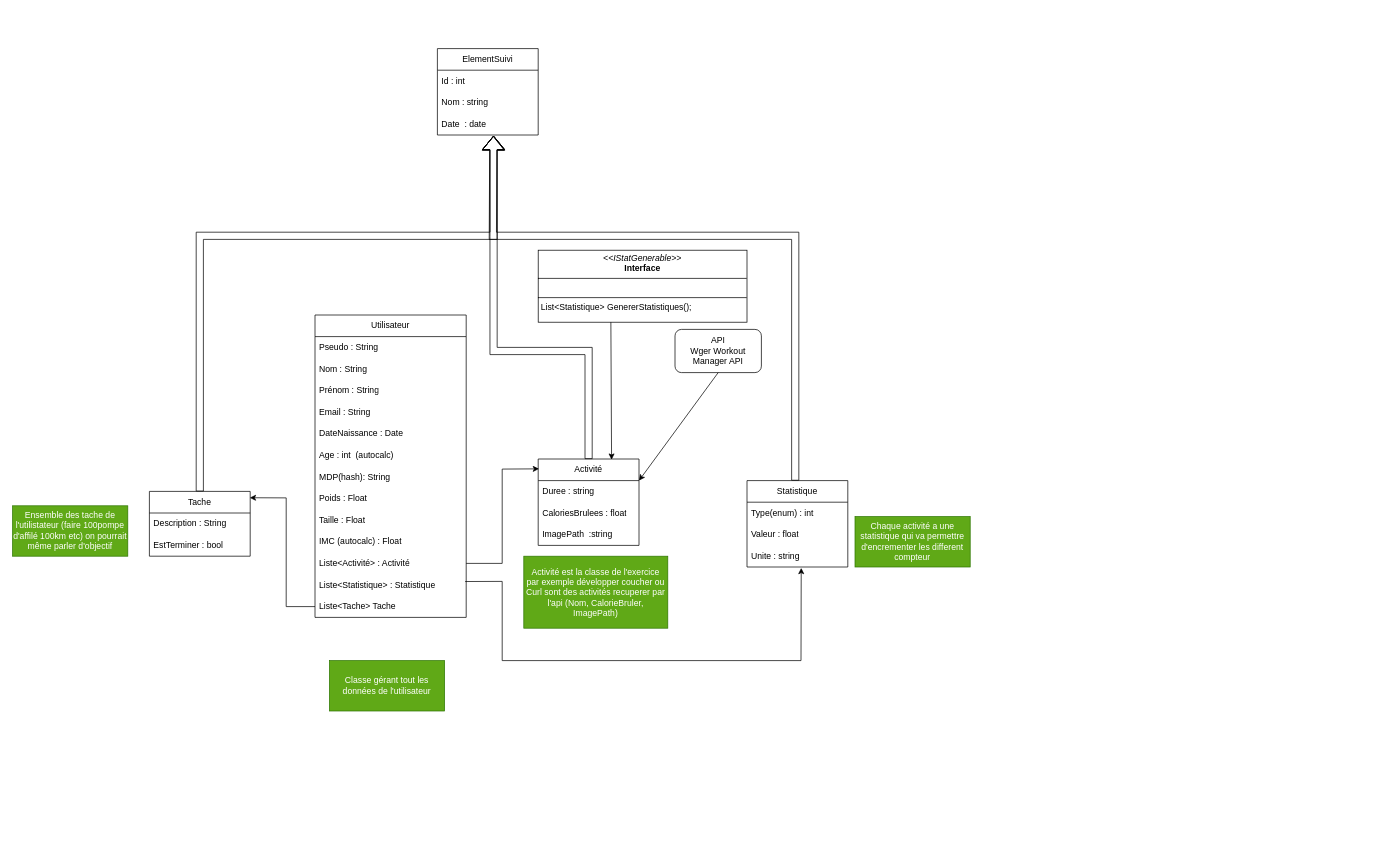
The draw.io diagram Doc/Diagramme de classe C#.drawio in Veltays/ProjetFinale, before the edit. Source tidied: cells renumbered, new cells numbered last; positions are measured from the earlier drawing's top-left corner, leaving out a move shared by most shapes. Both pictures are drawn from the tidied source at 72%, with x=0, y=0 at pixel (12, 48).
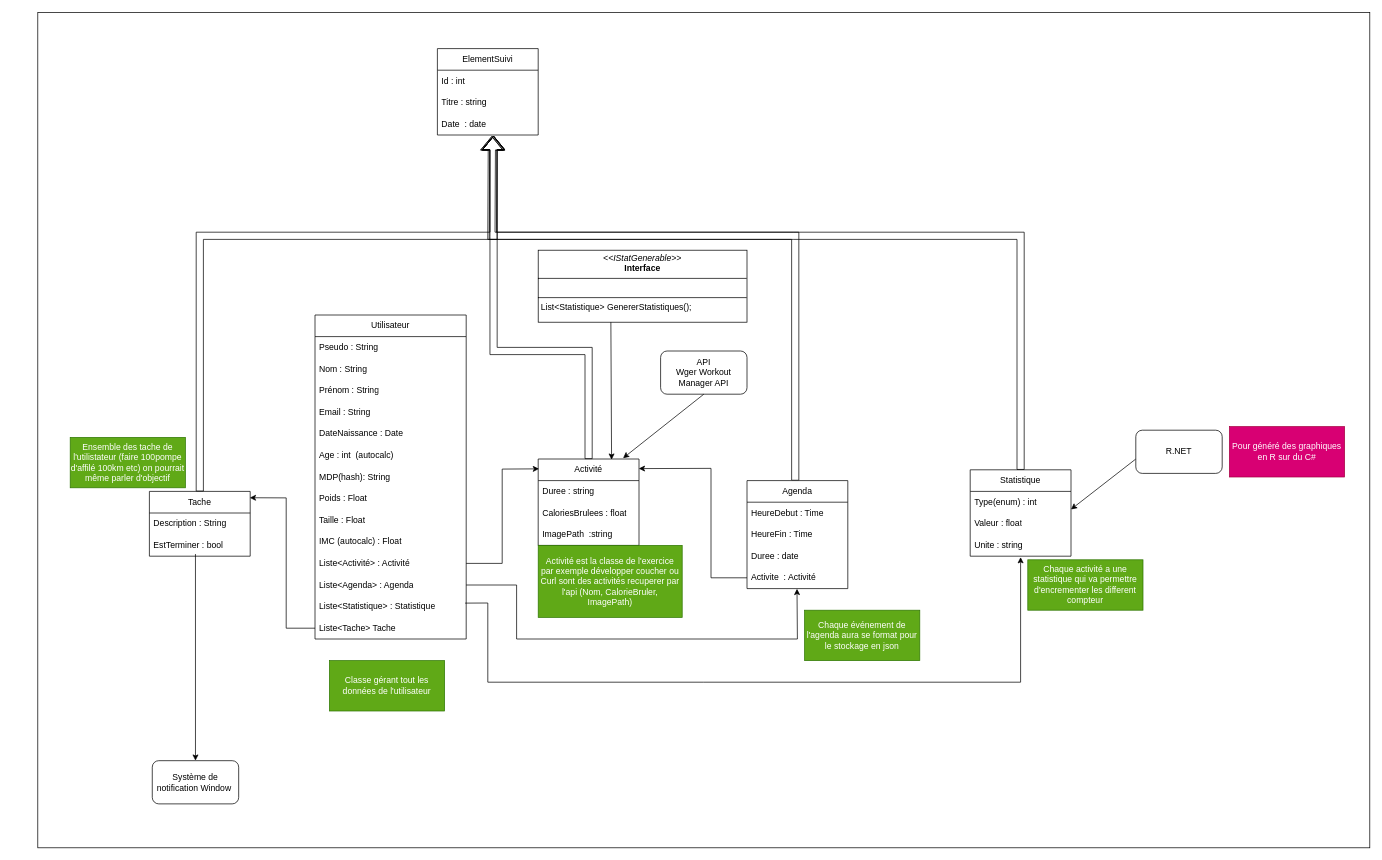
The same diagram, later.

The change refers to these unchanged cells:
```xml
<mxCell id="16" value="Activité" style="swimlane;fontStyle=0;horizontal=1;startSize=30;whiteSpace=wrap;html=1;" parent="1" vertex="1">
  <mxGeometry x="730" y="570" width="140" height="120" as="geometry" />
</mxCell>
<mxCell id="26" value="Unite : string" style="text;strokeColor=none;fillColor=none;align=left;verticalAlign=middle;spacingLeft=4;spacingRight=4;overflow=hidden;points=[[0,0.5],[1,0.5]];portConstraint=eastwest;whiteSpace=wrap;html=1;" parent="23" vertex="1">
  <mxGeometry y="90" width="140" height="30" as="geometry" />
</mxCell>
<mxCell id="28" value="Tache" style="swimlane;fontStyle=0;horizontal=1;startSize=30;whiteSpace=wrap;html=1;" parent="1" vertex="1">
  <mxGeometry x="190" y="615" width="140" height="90" as="geometry" />
</mxCell>
<mxCell id="30" value="EstTerminer : bool" style="text;strokeColor=none;fillColor=none;align=left;verticalAlign=middle;spacingLeft=4;spacingRight=4;overflow=hidden;points=[[0,0.5],[1,0.5]];portConstraint=eastwest;whiteSpace=wrap;html=1;" parent="28" vertex="1">
  <mxGeometry y="60" width="140" height="30" as="geometry" />
</mxCell>
<mxCell id="36" value="ElementSuivi" style="swimlane;fontStyle=0;horizontal=1;startSize=30;whiteSpace=wrap;html=1;" parent="1" vertex="1">
  <mxGeometry x="590" width="140" height="120" as="geometry" />
</mxCell>
```

Change to the diagram source:
```diff
@@
+    <mxCell id="45" style="rounded=0;whiteSpace=wrap;html=1;" parent="1" vertex="1">
+      <mxGeometry x="35" y="-50" width="1850" height="1160" as="geometry" />
+    </mxCell>
     <mxCell id="2" value="Utilisateur" style="swimlane;fontStyle=0;horizontal=1;startSize=30;whiteSpace=wrap;html=1;" parent="1" vertex="1">
-      <mxGeometry x="420" y="370" width="210" height="420" as="geometry" />
+      <mxGeometry x="420" y="370" width="210" height="450" as="geometry" />
     </mxCell>
@@
+    <mxCell id="46" value="Liste&amp;lt;Agenda&amp;gt; : Agenda" style="text;strokeColor=none;fillColor=none;align=left;verticalAlign=middle;spacingLeft=4;spacingRight=4;overflow=hidden;points=[[0,0.5],[1,0.5]];portConstraint=eastwest;whiteSpace=wrap;html=1;" parent="2" vertex="1">
+      <mxGeometry y="360" width="210" height="30" as="geometry" />
+    </mxCell>
     <mxCell id="14" value="Liste&amp;lt;Statistique&amp;gt; : Statistique" style="text;strokeColor=none;fillColor=none;align=left;verticalAlign=middle;spacingLeft=4;spacingRight=4;overflow=hidden;points=[[0,0.5],[1,0.5]];portConstraint=eastwest;whiteSpace=wrap;html=1;" parent="2" vertex="1">
-      <mxGeometry y="360" width="210" height="30" as="geometry" />
+      <mxGeometry y="390" width="210" height="30" as="geometry" />
     </mxCell>
     <mxCell id="15" value="Liste&amp;lt;Tache&amp;gt; Tache" style="text;strokeColor=none;fillColor=none;align=left;verticalAlign=middle;spacingLeft=4;spacingRight=4;overflow=hidden;points=[[0,0.5],[1,0.5]];portConstraint=eastwest;whiteSpace=wrap;html=1;" parent="2" vertex="1">
-      <mxGeometry y="390" width="210" height="30" as="geometry" />
+      <mxGeometry y="420" width="210" height="30" as="geometry" />
     </mxCell>
@@
     <mxCell id="20" value="API&lt;br&gt;Wger Workout Manager API" style="rounded=1;whiteSpace=wrap;html=1;" parent="1" vertex="1">
-      <mxGeometry x="920" y="390" width="120" height="60" as="geometry" />
+      <mxGeometry x="900" y="420" width="120" height="60" as="geometry" />
     </mxCell>
@@
     <mxCell id="23" value="Statistique" style="swimlane;fontStyle=0;horizontal=1;startSize=30;whiteSpace=wrap;html=1;" parent="1" vertex="1">
-      <mxGeometry x="1020" y="600" width="140" height="120" as="geometry" />
+      <mxGeometry x="1330" y="585" width="140" height="120" as="geometry" />
     </mxCell>
@@
-    <mxCell id="27" style="endArrow=classic;html=1;rounded=0;entryX=0.538;entryY=1.044;entryDx=0;entryDy=0;entryPerimeter=0;exitX=0.993;exitY=0.339;exitDx=0;exitDy=0;exitPerimeter=0;" parent="1" edge="1" source="14" target="26">
+    <mxCell id="27" style="endArrow=classic;html=1;rounded=0;entryX=0.5;entryY=1.044;entryDx=0;entryDy=0;entryPerimeter=0;exitX=0.993;exitY=0.339;exitDx=0;exitDy=0;exitPerimeter=0;" parent="1" edge="1" source="14" target="26">
       <mxGeometry relative="1" as="geometry">
         <Array as="points">
-          <mxPoint x="680" y="740" />
-          <mxPoint x="680" y="850" />
-          <mxPoint x="1095" y="850" />
+          <mxPoint x="660" y="770" />
+          <mxPoint x="660" y="880" />
+          <mxPoint x="960" y="880" />
+          <mxPoint x="1400" y="880" />
         </Array>
       </mxGeometry>
     </mxCell>
@@
     <mxCell id="31" style="endArrow=classic;html=1;rounded=0;exitX=0;exitY=0.5;exitDx=0;exitDy=0;entryX=0.996;entryY=0.098;entryDx=0;entryDy=0;entryPerimeter=0;" parent="1" edge="1" source="15" target="28">
       <mxGeometry relative="1" as="geometry">
         <Array as="points">
-          <mxPoint x="380" y="775" />
+          <mxPoint x="380" y="805" />
           <mxPoint x="380" y="624" />
         </Array>
       </mxGeometry>
     </mxCell>
     <mxCell id="32" value="Ensemble des tache de l'utilistateur (faire 100pompe d'affilé 100km etc) on pourrait même parler d'objectif" style="text;html=1;align=center;verticalAlign=middle;whiteSpace=wrap;rounded=0;fillColor=#60a917;fontColor=#ffffff;strokeColor=#2D7600;" parent="1" vertex="1">
-      <mxGeometry y="635" width="160" height="70" as="geometry" />
+      <mxGeometry x="80" y="540" width="160" height="70" as="geometry" />
     </mxCell>
@@
     <mxCell id="34" value="Chaque activité a une statistique qui va permettre d'encrementer les different compteur" style="text;html=1;align=center;verticalAlign=middle;whiteSpace=wrap;rounded=0;fillColor=#60a917;fontColor=#ffffff;strokeColor=#2D7600;" parent="1" vertex="1">
-      <mxGeometry x="1170" y="650" width="160" height="70" as="geometry" />
+      <mxGeometry x="1410" y="710" width="160" height="70" as="geometry" />
     </mxCell>
     <mxCell id="35" value="Activité est la classe de l'exercice par exemple développer coucher ou Curl sont des activités recuperer par l'api (Nom, CalorieBruler, ImagePath)" style="text;html=1;align=center;verticalAlign=middle;whiteSpace=wrap;rounded=0;fillColor=#60a917;fontColor=#ffffff;strokeColor=#2D7600;" parent="1" vertex="1">
-      <mxGeometry x="710" y="705" width="200" height="100" as="geometry" />
+      <mxGeometry x="730" y="690" width="200" height="100" as="geometry" />
     </mxCell>
@@
-    <mxCell id="38" value="Nom : string" style="text;strokeColor=none;fillColor=none;align=left;verticalAlign=middle;spacingLeft=4;spacingRight=4;overflow=hidden;whiteSpace=wrap;html=1;" parent="36" vertex="1">
+    <mxCell id="38" value="Titre :&amp;nbsp;&lt;span style=&quot;background-color: initial;&quot;&gt;string&lt;/span&gt;" style="text;strokeColor=none;fillColor=none;align=left;verticalAlign=middle;spacingLeft=4;spacingRight=4;overflow=hidden;whiteSpace=wrap;html=1;" parent="36" vertex="1">
       <mxGeometry y="60" width="140" height="30" as="geometry" />
     </mxCell>
@@
-    <mxCell id="43" style="endArrow=classic;html=1;rounded=0;exitX=0.5;exitY=1;exitDx=0;exitDy=0;entryX=1;entryY=0.25;entryDx=0;entryDy=0;" parent="1" edge="1" source="20" target="16">
+    <mxCell id="43" style="endArrow=classic;html=1;rounded=0;exitX=0.5;exitY=1;exitDx=0;exitDy=0;entryX=0.842;entryY=-0.01;entryDx=0;entryDy=0;entryPerimeter=0;" parent="1" edge="1" source="20" target="16">
       <mxGeometry relative="1" as="geometry" />
     </mxCell>
@@
+    <mxCell id="47" value="Système de notification Window&amp;nbsp;" style="rounded=1;whiteSpace=wrap;html=1;" parent="1" vertex="1">
+      <mxGeometry x="194" y="989" width="120" height="60" as="geometry" />
+    </mxCell>
+    <mxCell id="48" style="endArrow=classic;html=1;rounded=0;exitX=0.457;exitY=0.9;exitDx=0;exitDy=0;exitPerimeter=0;entryX=0.5;entryY=0;entryDx=0;entryDy=0;" parent="1" edge="1" source="30" target="47">
+      <mxGeometry relative="1" as="geometry" />
+    </mxCell>
+    <mxCell id="49" value="Agenda" style="swimlane;fontStyle=0;horizontal=1;startSize=30;whiteSpace=wrap;html=1;" parent="1" vertex="1">
+      <mxGeometry x="1020" y="600" width="140" height="150" as="geometry" />
+    </mxCell>
+    <mxCell id="50" value="HeureDebut&amp;nbsp;: Time" style="text;strokeColor=none;fillColor=none;align=left;verticalAlign=middle;spacingLeft=4;spacingRight=4;overflow=hidden;whiteSpace=wrap;html=1;" parent="49" vertex="1">
+      <mxGeometry y="30" width="140" height="30" as="geometry" />
+    </mxCell>
+    <mxCell id="51" value="HeureFin : Time" style="text;strokeColor=none;fillColor=none;align=left;verticalAlign=middle;spacingLeft=4;spacingRight=4;overflow=hidden;whiteSpace=wrap;html=1;" parent="49" vertex="1">
+      <mxGeometry y="60" width="140" height="30" as="geometry" />
+    </mxCell>
+    <mxCell id="52" value="Duree&amp;nbsp;: date" style="text;strokeColor=none;fillColor=none;align=left;verticalAlign=middle;spacingLeft=4;spacingRight=4;overflow=hidden;whiteSpace=wrap;html=1;" parent="49" vertex="1">
+      <mxGeometry y="90" width="140" height="30" as="geometry" />
+    </mxCell>
+    <mxCell id="53" value="Activite&amp;nbsp;&amp;nbsp;: Activité" style="text;strokeColor=none;fillColor=none;align=left;verticalAlign=middle;spacingLeft=4;spacingRight=4;overflow=hidden;points=[[0,0.5],[1,0.5]];portConstraint=eastwest;whiteSpace=wrap;html=1;" parent="49" vertex="1">
+      <mxGeometry y="120" width="140" height="30" as="geometry" />
+    </mxCell>
+    <mxCell id="54" style="endArrow=classic;html=1;rounded=0;exitX=1;exitY=0.5;exitDx=0;exitDy=0;entryX=0.496;entryY=1.01;entryDx=0;entryDy=0;entryPerimeter=0;" parent="1" edge="1" source="46" target="53">
+      <mxGeometry relative="1" as="geometry">
+        <Array as="points">
+          <mxPoint x="700" y="745" />
+          <mxPoint x="700" y="820" />
+          <mxPoint x="1090" y="820" />
+        </Array>
+      </mxGeometry>
+    </mxCell>
+    <mxCell id="55" style="endArrow=classic;html=1;rounded=0;exitX=0.5;exitY=1;exitDx=0;exitDy=0;entryX=1;entryY=0.25;entryDx=0;entryDy=0;" parent="1" edge="1">
+      <mxGeometry relative="1" as="geometry">
+        <mxPoint x="1560" y="570" as="sourcePoint" />
+        <mxPoint x="1470" y="640" as="targetPoint" />
+      </mxGeometry>
+    </mxCell>
+    <mxCell id="56" value="R.NET" style="rounded=1;whiteSpace=wrap;html=1;" parent="1" vertex="1">
+      <mxGeometry x="1560" y="530" width="120" height="60" as="geometry" />
+    </mxCell>
+    <mxCell id="57" value="Pour généré des graphiques en R sur du C#" style="text;html=1;align=center;verticalAlign=middle;whiteSpace=wrap;rounded=0;fillColor=#d80073;fontColor=#ffffff;strokeColor=#A50040;" parent="1" vertex="1">
+      <mxGeometry x="1690" y="525" width="160" height="70" as="geometry" />
+    </mxCell>
+    <mxCell id="58" value="Chaque événement de l'agenda aura se format pour le stockage en json" style="text;html=1;align=center;verticalAlign=middle;whiteSpace=wrap;rounded=0;fillColor=#60a917;fontColor=#ffffff;strokeColor=#2D7600;" parent="1" vertex="1">
+      <mxGeometry x="1100" y="780" width="160" height="70" as="geometry" />
+    </mxCell>
+    <mxCell id="59" style="shape=flexArrow;endArrow=classic;html=1;rounded=0;entryX=0.548;entryY=1.049;entryDx=0;entryDy=0;entryPerimeter=0;exitX=0.5;exitY=0;exitDx=0;exitDy=0;" parent="1" edge="1" source="23">
+      <mxGeometry relative="1" as="geometry">
+        <mxPoint x="665.7" y="121.5" as="targetPoint" />
+        <Array as="points">
+          <mxPoint x="1400" y="260" />
+          <mxPoint x="1085" y="260" />
+          <mxPoint x="665" y="260" />
+        </Array>
+      </mxGeometry>
+    </mxCell>
+    <mxCell id="60" style="endArrow=classic;html=1;rounded=0;exitX=0;exitY=0.5;exitDx=0;exitDy=0;entryX=0.998;entryY=0.111;entryDx=0;entryDy=0;entryPerimeter=0;" parent="1" edge="1" source="53" target="16">
+      <mxGeometry relative="1" as="geometry">
+        <Array as="points">
+          <mxPoint x="970" y="735" />
+          <mxPoint x="970" y="583" />
+        </Array>
+      </mxGeometry>
+    </mxCell>
```
